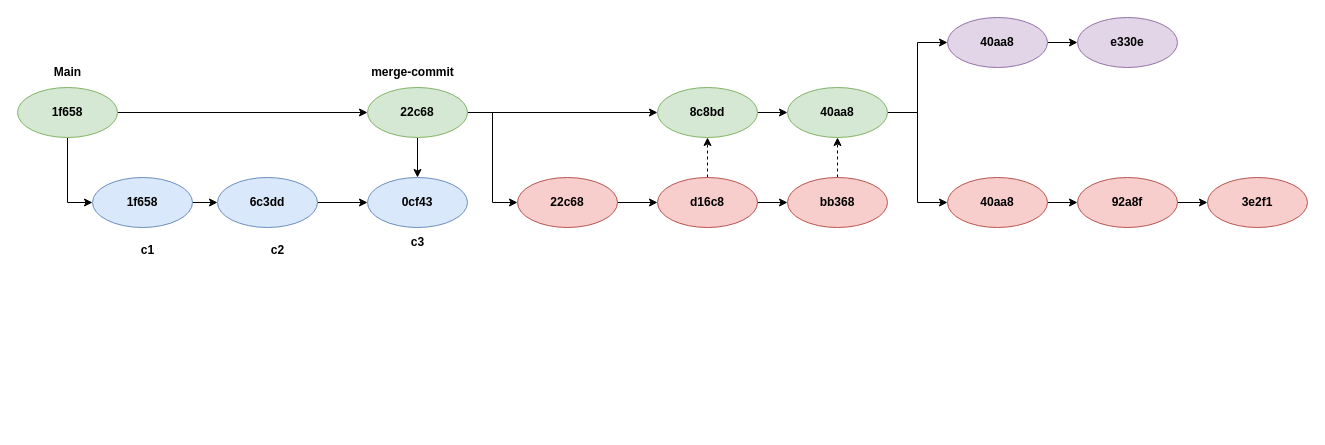
Above: git-branch.drawio in DAWS-82S/diagrams (draw.io), before the change. Source tidied: cells renumbered, new cells numbered last; positions are measured from the earlier drawing's top-left corner, leaving out a move shared by most shapes. Both pictures are drawn from the tidied source at 100%, with x=0, y=0 at pixel (17, 17).
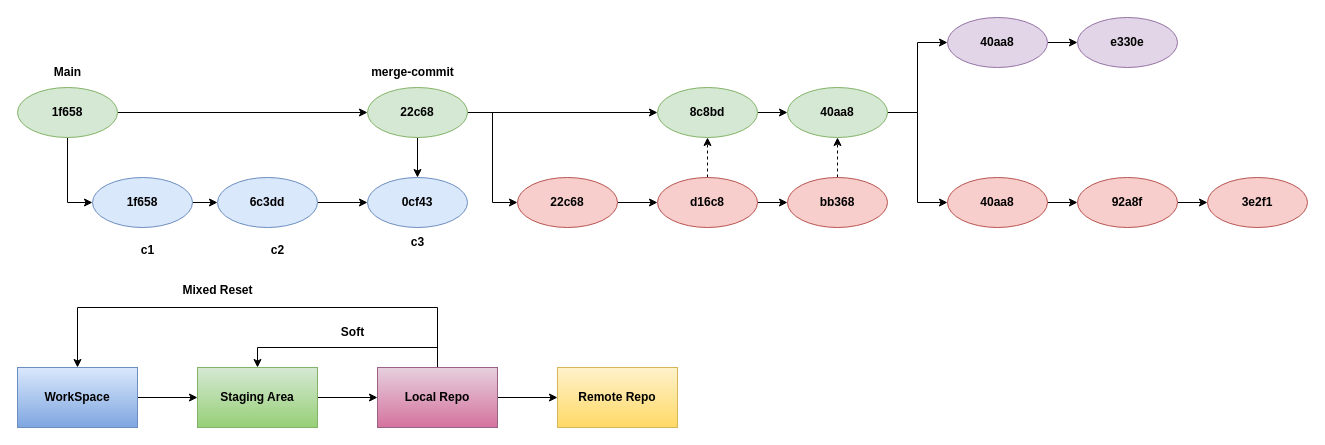
After the change.

Commit message (it also covers changes not shown here):
github actions

What changed in the source:
```diff
@@
+    <mxCell id="39" style="edgeStyle=orthogonalEdgeStyle;rounded=0;jettySize=auto;html=1;entryX=0;entryY=0.5;entryDx=0;entryDy=0;" parent="1" edge="1" source="40" target="42">
+      <mxGeometry relative="1" as="geometry" />
+    </mxCell>
+    <mxCell id="40" value="&lt;b&gt;WorkSpace&lt;/b&gt;" style="rounded=0;whiteSpace=wrap;html=1;fillColor=#dae8fc;gradientColor=#7ea6e0;strokeColor=#6c8ebf;" parent="1" vertex="1">
+      <mxGeometry y="350" width="120" height="60" as="geometry" />
+    </mxCell>
+    <mxCell id="41" style="edgeStyle=orthogonalEdgeStyle;rounded=0;jettySize=auto;html=1;entryX=0;entryY=0.5;entryDx=0;entryDy=0;" parent="1" edge="1" source="42" target="46">
+      <mxGeometry relative="1" as="geometry" />
+    </mxCell>
+    <mxCell id="42" value="&lt;b&gt;Staging Area&lt;/b&gt;" style="rounded=0;whiteSpace=wrap;html=1;fillColor=#d5e8d4;gradientColor=#97d077;strokeColor=#82b366;" parent="1" vertex="1">
+      <mxGeometry x="180" y="350" width="120" height="60" as="geometry" />
+    </mxCell>
+    <mxCell id="43" style="edgeStyle=orthogonalEdgeStyle;rounded=0;jettySize=auto;html=1;entryX=0;entryY=0.5;entryDx=0;entryDy=0;" parent="1" edge="1" source="46" target="47">
+      <mxGeometry relative="1" as="geometry" />
+    </mxCell>
+    <mxCell id="44" style="edgeStyle=orthogonalEdgeStyle;rounded=0;jettySize=auto;html=1;entryX=0.5;entryY=0;entryDx=0;entryDy=0;" parent="1" edge="1" source="46" target="42">
+      <mxGeometry relative="1" as="geometry">
+        <Array as="points">
+          <mxPoint x="420" y="330" />
+          <mxPoint x="240" y="330" />
+        </Array>
+      </mxGeometry>
+    </mxCell>
+    <mxCell id="45" style="edgeStyle=orthogonalEdgeStyle;rounded=0;jettySize=auto;html=1;entryX=0.5;entryY=0;entryDx=0;entryDy=0;" parent="1" edge="1" source="46" target="40">
+      <mxGeometry relative="1" as="geometry">
+        <Array as="points">
+          <mxPoint x="420" y="290" />
+          <mxPoint x="60" y="290" />
+        </Array>
+      </mxGeometry>
+    </mxCell>
+    <mxCell id="46" value="&lt;b&gt;Local Repo&lt;/b&gt;" style="rounded=0;whiteSpace=wrap;html=1;fillColor=#e6d0de;gradientColor=#d5739d;strokeColor=#996185;" parent="1" vertex="1">
+      <mxGeometry x="360" y="350" width="120" height="60" as="geometry" />
+    </mxCell>
+    <mxCell id="47" value="&lt;b&gt;Remote Repo&lt;/b&gt;" style="rounded=0;whiteSpace=wrap;html=1;fillColor=#fff2cc;gradientColor=#ffd966;strokeColor=#d6b656;" parent="1" vertex="1">
+      <mxGeometry x="540" y="350" width="120" height="60" as="geometry" />
+    </mxCell>
+    <mxCell id="48" value="&lt;b&gt;Soft&lt;/b&gt;" style="text;html=1;align=center;verticalAlign=middle;strokeColor=none;fillColor=none;" parent="1" vertex="1">
+      <mxGeometry x="310" y="300" width="50" height="30" as="geometry" />
+    </mxCell>
+    <mxCell id="49" value="&lt;b&gt;Mixed Reset&lt;/b&gt;" style="text;html=1;align=center;verticalAlign=middle;strokeColor=none;fillColor=none;" parent="1" vertex="1">
+      <mxGeometry x="155" y="258" width="90" height="30" as="geometry" />
+    </mxCell>
```
